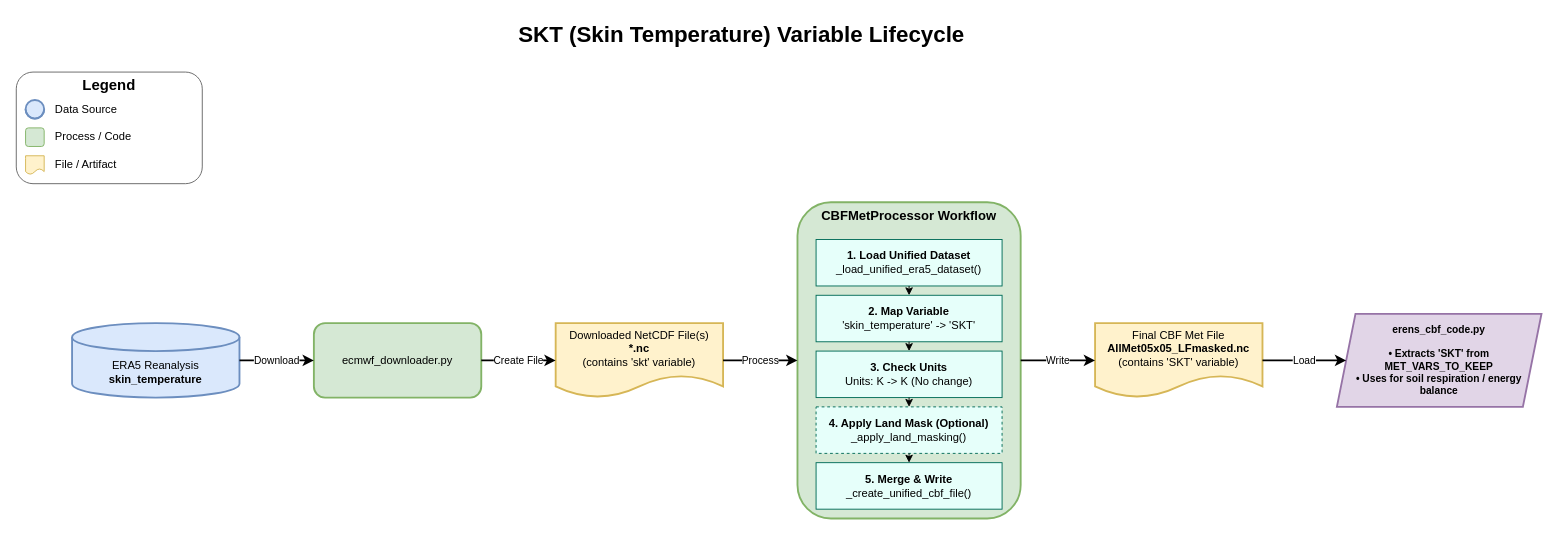
This is plans/skt_variable_lifecycle.xml.drawio from JPL-MGHG/cardamom-preprocessor, a draw.io file, before an edit. Source tidied: cells renumbered, new cells numbered last; positions are measured from the earlier drawing's top-left corner, leaving out a move shared by most shapes. Both pictures are drawn from the tidied source at 93%, with x=0, y=0 at pixel (16, 16).
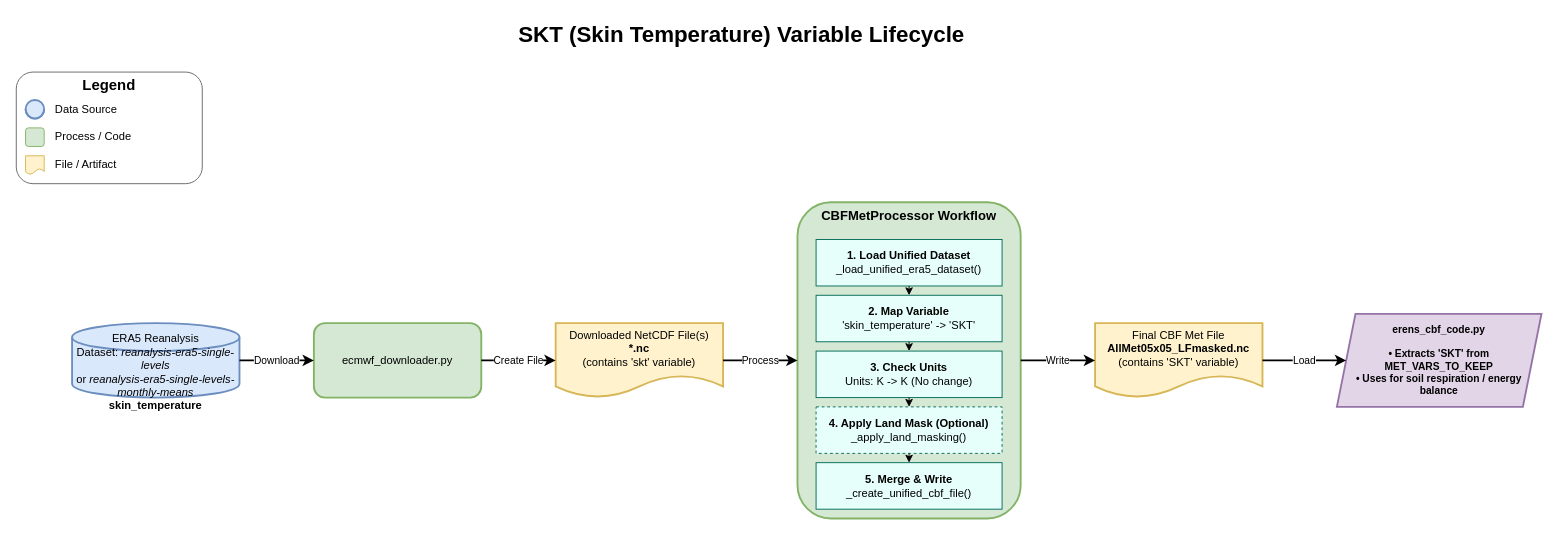
The same diagram, later.

The edit, as a diff of the source:
```diff
@@
-    <mxCell id="11" value="ERA5 Reanalysis&lt;br&gt;&lt;b&gt;skin_temperature&lt;/b&gt;" style="shape=cylinder3;whiteSpace=wrap;html=1;boundedLbl=1;backgroundOutline=1;size=15;strokeWidth=2;fontSize=12;fontStyle=0;fillColor=#dae8fc;strokeColor=#6c8ebf;" parent="1" vertex="1">
+    <mxCell id="11" value="ERA5 Reanalysis&lt;br&gt;Dataset: &lt;i&gt;reanalysis-era5-single-levels&lt;/i&gt;&lt;br&gt;or &lt;i&gt;reanalysis-era5-single-levels-monthly-means&lt;/i&gt;&lt;br&gt;&lt;b&gt;skin_temperature&lt;/b&gt;" style="shape=cylinder3;whiteSpace=wrap;html=1;boundedLbl=1;backgroundOutline=1;size=15;strokeWidth=2;fontSize=12;fontStyle=0;fillColor=#dae8fc;strokeColor=#6c8ebf;" parent="1" vertex="1">
       <mxGeometry x="60" y="330" width="180" height="80" as="geometry" />
     </mxCell>
```
